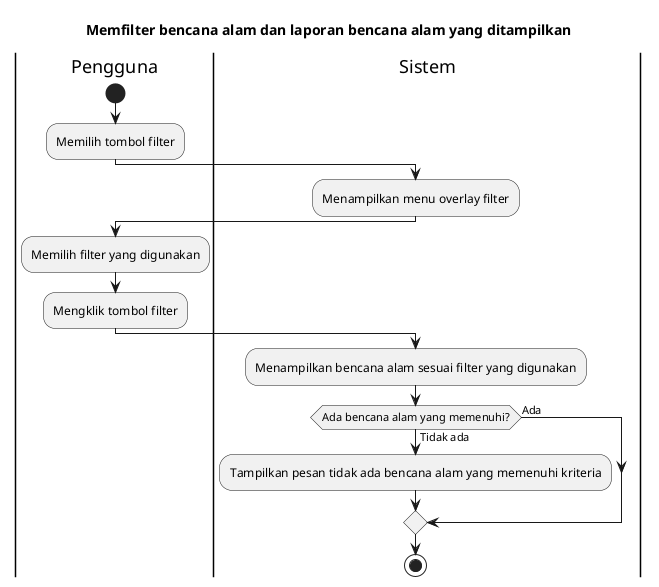
This is export/Activity Diagrams/UC-MAP - Peta Bencana/UC-MAP-004 - Memfilter bencana alam dan laporan bencana alam yang ditampilkan.png from bagusNA/appl-diagrams, a PlantUML export, as it was before one commit.
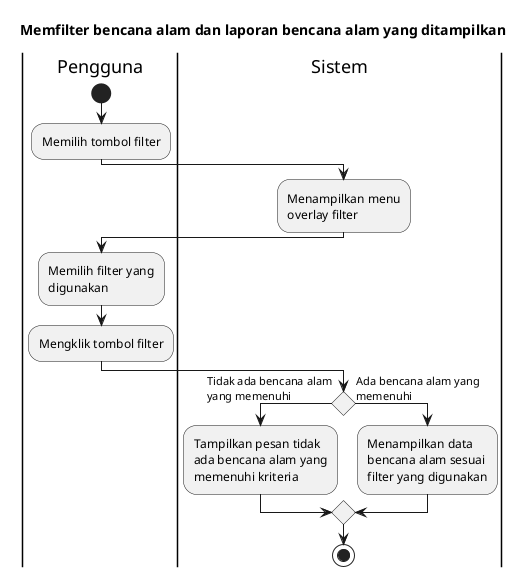
The same file after the commit.

The edit, as a diff of the source:
```diff
@@ -1,4 +1,6 @@
 @startuml
+skinparam wrapWidth 140
+
 title Memfilter bencana alam dan laporan bencana alam yang ditampilkan
 
 |Pengguna|
@@ -13,11 +15,10 @@
 :Mengklik tombol filter;
 
 |Sistem|
-:Menampilkan bencana alam sesuai filter yang digunakan;
-
-if (Ada bencana alam yang memenuhi?) then (Tidak ada)
+if () then (Tidak ada bencana alam yang memenuhi)
   :Tampilkan pesan tidak ada bencana alam yang memenuhi kriteria;
-else (Ada)
+else (Ada bencana alam yang memenuhi)
+  :Menampilkan data bencana alam sesuai filter yang digunakan;
 endif
 
 stop
```
